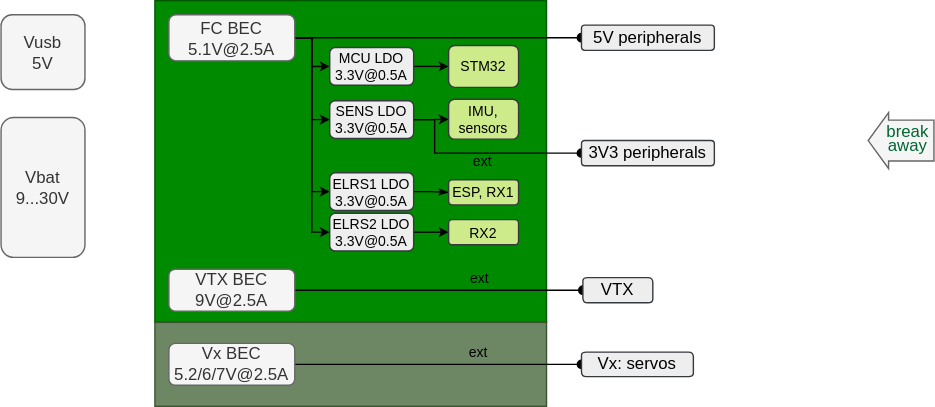
This is documentation/images/doc_MoGliFC_power_concept.svg from MomoRC-tech/MoGliFC-Flight-Controller, a draw.io export, as it was before one commit. Source tidied: cells renumbered, new cells last; positions are measured from the earlier drawing's top-left corner, leaving out a move shared by most shapes. Its diagram source:
```xml
<mxGraphModel>
  <root>
    <mxCell id="0" />
    <mxCell id="1" parent="0" />
    <mxCell id="2" style="whiteSpace=wrap;html=1;fillColor=#008a00;fontColor=#ffffff;strokeColor=#005700;imageAspect=1;" parent="1" vertex="1">
      <mxGeometry x="110" width="280" height="230" as="geometry" />
    </mxCell>
    <mxCell id="3" style="rounded=0;whiteSpace=wrap;html=1;fillColor=#6d8764;fontColor=#ffffff;strokeColor=#3A5431;" parent="1" vertex="1">
      <mxGeometry x="110" y="230" width="280" height="60" as="geometry" />
    </mxCell>
    <mxCell id="4" style="html=1;shadow=0;dashed=0;align=center;verticalAlign=middle;shape=mxgraph.arrows2.arrow;dy=0.27;dx=14.57;flipH=1;notch=0;fillColor=#f5f5f5;fontColor=#333333;strokeColor=#666666;" parent="1" vertex="1">
      <mxGeometry x="620" y="80" width="47" height="40" as="geometry" />
    </mxCell>
    <mxCell id="5" value="&lt;p style=&quot;line-height: 80%;&quot;&gt;&lt;font color=&quot;#006633&quot;&gt;break&lt;br&gt;away&lt;/font&gt;&lt;/p&gt;" style="text;html=1;align=center;verticalAlign=middle;whiteSpace=wrap;rounded=0;" parent="1" vertex="1">
      <mxGeometry x="630.5" y="83.5" width="34.5" height="30" as="geometry" />
    </mxCell>
    <mxCell id="6" value="Vbat&lt;div&gt;9...30V&lt;/div&gt;" style="whiteSpace=wrap;html=1;rounded=1;fillColor=#f5f5f5;fontColor=#333333;strokeColor=#666666;" parent="1" vertex="1">
      <mxGeometry y="83.5" width="60" height="100" as="geometry" />
    </mxCell>
    <mxCell id="7" style="edgeStyle=orthogonalEdgeStyle;rounded=0;jettySize=auto;html=1;entryX=0;entryY=0.5;entryDx=0;entryDy=0;endArrow=oval;endFill=1;" parent="1" edge="1" source="9" target="19">
      <mxGeometry relative="1" as="geometry" />
    </mxCell>
    <mxCell id="8" value="ext" style="edgeLabel;html=1;align=center;verticalAlign=middle;labelBackgroundColor=none;fontSize=10;" parent="7" vertex="1">
      <mxGeometry x="0.18" y="-4" relative="1" as="geometry">
        <mxPoint x="10" y="-13" as="offset" />
      </mxGeometry>
    </mxCell>
    <mxCell id="9" value="VTX BEC 9V@2.5A" style="whiteSpace=wrap;html=1;rounded=1;fillColor=#f5f5f5;fontColor=#333333;strokeColor=#666666;" parent="1" vertex="1">
      <mxGeometry x="120" y="192" width="90" height="30" as="geometry" />
    </mxCell>
    <mxCell id="10" style="edgeStyle=elbowEdgeStyle;rounded=0;jettySize=auto;html=1;exitX=1;exitY=0.5;exitDx=0;exitDy=0;entryX=0;entryY=0.5;entryDx=0;entryDy=0;endSize=4;" parent="1" edge="1" source="15" target="22">
      <mxGeometry relative="1" as="geometry" />
    </mxCell>
    <mxCell id="11" style="edgeStyle=elbowEdgeStyle;rounded=0;jettySize=auto;html=1;exitX=1;exitY=0.5;exitDx=0;exitDy=0;entryX=0;entryY=0.5;entryDx=0;entryDy=0;endSize=4;" parent="1" edge="1" source="15" target="26">
      <mxGeometry relative="1" as="geometry" />
    </mxCell>
    <mxCell id="12" style="edgeStyle=elbowEdgeStyle;rounded=0;jettySize=auto;html=1;endSize=4;" parent="1" edge="1" source="15" target="28">
      <mxGeometry relative="1" as="geometry" />
    </mxCell>
    <mxCell id="13" style="edgeStyle=elbowEdgeStyle;rounded=0;jettySize=auto;html=1;endSize=4;" parent="1" edge="1" source="15" target="30">
      <mxGeometry relative="1" as="geometry" />
    </mxCell>
    <mxCell id="14" style="edgeStyle=elbowEdgeStyle;rounded=0;jettySize=auto;html=1;entryX=0;entryY=0.5;entryDx=0;entryDy=0;endSize=6;endArrow=oval;endFill=1;" parent="1" edge="1" source="15" target="36">
      <mxGeometry relative="1" as="geometry" />
    </mxCell>
    <mxCell id="15" value="FC BEC 5.1V@2.5A" style="whiteSpace=wrap;html=1;rounded=1;fillColor=#f5f5f5;fontColor=#333333;strokeColor=#666666;" parent="1" vertex="1">
      <mxGeometry x="120" y="10" width="90" height="33" as="geometry" />
    </mxCell>
    <mxCell id="16" style="edgeStyle=entityRelationEdgeStyle;rounded=0;jettySize=auto;html=1;entryX=0;entryY=0.5;entryDx=0;entryDy=0;endArrow=oval;endFill=1;" parent="1" edge="1" source="18" target="20">
      <mxGeometry relative="1" as="geometry" />
    </mxCell>
    <mxCell id="17" value="ext" style="edgeLabel;html=1;align=center;verticalAlign=middle;labelBackgroundColor=none;fontSize=10;" parent="16" vertex="1">
      <mxGeometry x="0.27" y="-2" relative="1" as="geometry">
        <mxPoint y="-11" as="offset" />
      </mxGeometry>
    </mxCell>
    <mxCell id="18" value="Vx BEC 5.2/6/7V@2.5A" style="whiteSpace=wrap;html=1;rounded=1;fillColor=#f5f5f5;fontColor=#333333;strokeColor=#666666;" parent="1" vertex="1">
      <mxGeometry x="120" y="245" width="90" height="30" as="geometry" />
    </mxCell>
    <mxCell id="19" value="VTX" style="shape=step;perimeter=stepPerimeter;whiteSpace=wrap;html=1;fixedSize=1;size=-6;fillColor=#eeeeee;strokeColor=#36393d;rounded=1;arcSize=7;" parent="1" vertex="1">
      <mxGeometry x="416" y="198" width="50" height="18" as="geometry" />
    </mxCell>
    <mxCell id="20" value="Vx: servos" style="shape=step;perimeter=stepPerimeter;whiteSpace=wrap;html=1;fixedSize=1;size=0;fillColor=#eeeeee;strokeColor=#36393d;rounded=1;arcSize=7;" parent="1" vertex="1">
      <mxGeometry x="415" y="251.2" width="80" height="17.5" as="geometry" />
    </mxCell>
    <mxCell id="21" style="edgeStyle=elbowEdgeStyle;rounded=0;jettySize=auto;html=1;endSize=4;" parent="1" edge="1" source="22" target="32">
      <mxGeometry relative="1" as="geometry" />
    </mxCell>
    <mxCell id="22" value="MCU LDO 3.3V@0.5A" style="whiteSpace=wrap;html=1;rounded=1;fontSize=10;fillColor=#eeeeee;strokeColor=#36393d;" parent="1" vertex="1">
      <mxGeometry x="235" y="33.5" width="60" height="27" as="geometry" />
    </mxCell>
    <mxCell id="23" style="edgeStyle=elbowEdgeStyle;rounded=0;jettySize=auto;html=1;entryX=0;entryY=0.5;entryDx=0;entryDy=0;endSize=4;" parent="1" edge="1" source="26" target="31">
      <mxGeometry relative="1" as="geometry" />
    </mxCell>
    <mxCell id="24" style="edgeStyle=elbowEdgeStyle;rounded=0;jettySize=auto;html=1;entryX=0;entryY=0.5;entryDx=0;entryDy=0;exitX=1;exitY=0.5;exitDx=0;exitDy=0;endArrow=oval;endFill=1;" parent="1" edge="1" source="26" target="33">
      <mxGeometry relative="1" as="geometry">
        <Array as="points">
          <mxPoint x="310" y="100" />
        </Array>
      </mxGeometry>
    </mxCell>
    <mxCell id="25" value="ext" style="edgeLabel;html=1;align=center;verticalAlign=middle;fontSize=10;labelBackgroundColor=none;" parent="24" vertex="1">
      <mxGeometry x="0.26" y="2" relative="1" as="geometry">
        <mxPoint x="-18" y="8" as="offset" />
      </mxGeometry>
    </mxCell>
    <mxCell id="26" value="SENS LDO 3.3V@0.5A" style="whiteSpace=wrap;html=1;rounded=1;fontSize=10;fillColor=#eeeeee;strokeColor=#36393d;" parent="1" vertex="1">
      <mxGeometry x="235" y="71.5" width="60" height="27" as="geometry" />
    </mxCell>
    <mxCell id="27" style="edgeStyle=elbowEdgeStyle;rounded=0;jettySize=auto;html=1;entryX=0;entryY=0.5;entryDx=0;entryDy=0;strokeWidth=1;endArrow=classicThin;endFill=1;endSize=4;" parent="1" edge="1" source="28" target="34">
      <mxGeometry relative="1" as="geometry" />
    </mxCell>
    <mxCell id="28" value="ELRS1 LDO 3.3V@0.5A" style="whiteSpace=wrap;html=1;rounded=1;fontSize=10;fillColor=#eeeeee;strokeColor=#36393d;" parent="1" vertex="1">
      <mxGeometry x="235" y="123" width="60" height="27" as="geometry" />
    </mxCell>
    <mxCell id="29" style="edgeStyle=elbowEdgeStyle;rounded=0;jettySize=auto;html=1;exitX=1;exitY=0.5;exitDx=0;exitDy=0;endSize=4;" parent="1" edge="1" source="30" target="35">
      <mxGeometry relative="1" as="geometry" />
    </mxCell>
    <mxCell id="30" value="ELRS2 LDO 3.3V@0.5A" style="whiteSpace=wrap;html=1;rounded=1;fontSize=10;fillColor=#eeeeee;strokeColor=#36393d;" parent="1" vertex="1">
      <mxGeometry x="235" y="152" width="60" height="27" as="geometry" />
    </mxCell>
    <mxCell id="31" value="IMU, sensors" style="whiteSpace=wrap;html=1;rounded=1;fillColor=#cdeb8b;strokeColor=#36393d;fontSize=10;" parent="1" vertex="1">
      <mxGeometry x="320" y="70.5" width="50" height="28.5" as="geometry" />
    </mxCell>
    <mxCell id="32" value="STM32" style="whiteSpace=wrap;html=1;rounded=1;fillColor=#cdeb8b;strokeColor=#36393d;fontSize=10;" parent="1" vertex="1">
      <mxGeometry x="320" y="32" width="50" height="30" as="geometry" />
    </mxCell>
    <mxCell id="33" value="3V3 peripherals" style="shape=step;perimeter=stepPerimeter;whiteSpace=wrap;html=1;fixedSize=1;size=-5;fillColor=#eeeeee;strokeColor=#36393d;rounded=1;arcSize=5;" parent="1" vertex="1">
      <mxGeometry x="415" y="100" width="95" height="18" as="geometry" />
    </mxCell>
    <mxCell id="34" value="ESP, RX1" style="whiteSpace=wrap;html=1;rounded=1;fillColor=#cdeb8b;strokeColor=#36393d;fontSize=10;" parent="1" vertex="1">
      <mxGeometry x="320" y="128" width="50" height="18" as="geometry" />
    </mxCell>
    <mxCell id="35" value="RX2" style="whiteSpace=wrap;html=1;rounded=1;fillColor=#cdeb8b;strokeColor=#36393d;fontSize=10;" parent="1" vertex="1">
      <mxGeometry x="320" y="156.5" width="50" height="18" as="geometry" />
    </mxCell>
    <mxCell id="36" value="5V peripherals" style="shape=step;perimeter=stepPerimeter;whiteSpace=wrap;html=1;fixedSize=1;size=-5;fillColor=#eeeeee;strokeColor=#36393d;rounded=1;arcSize=5;" parent="1" vertex="1">
      <mxGeometry x="415" y="17.5" width="95" height="18" as="geometry" />
    </mxCell>
    <mxCell id="37" value="Vusb&lt;div&gt;5V&lt;/div&gt;" style="whiteSpace=wrap;html=1;rounded=1;fillColor=#f5f5f5;fontColor=#333333;strokeColor=#666666;" parent="1" vertex="1">
      <mxGeometry y="10" width="60" height="53.5" as="geometry" />
    </mxCell>
  </root>
</mxGraphModel>
```
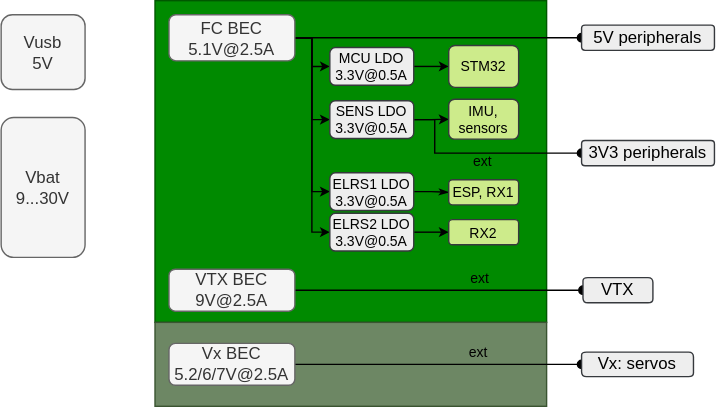
After the commit.

Change to the diagram source:
```diff
@@ -8,12 +8,6 @@
     <mxCell id="3" style="rounded=0;whiteSpace=wrap;html=1;fillColor=#6d8764;fontColor=#ffffff;strokeColor=#3A5431;" parent="1" vertex="1">
       <mxGeometry x="110" y="230" width="280" height="60" as="geometry" />
     </mxCell>
-    <mxCell id="4" style="html=1;shadow=0;dashed=0;align=center;verticalAlign=middle;shape=mxgraph.arrows2.arrow;dy=0.27;dx=14.57;flipH=1;notch=0;fillColor=#f5f5f5;fontColor=#333333;strokeColor=#666666;" parent="1" vertex="1">
-      <mxGeometry x="620" y="80" width="47" height="40" as="geometry" />
-    </mxCell>
-    <mxCell id="5" value="&lt;p style=&quot;line-height: 80%;&quot;&gt;&lt;font color=&quot;#006633&quot;&gt;break&lt;br&gt;away&lt;/font&gt;&lt;/p&gt;" style="text;html=1;align=center;verticalAlign=middle;whiteSpace=wrap;rounded=0;" parent="1" vertex="1">
-      <mxGeometry x="630.5" y="83.5" width="34.5" height="30" as="geometry" />
-    </mxCell>
     <mxCell id="6" value="Vbat&lt;div&gt;9...30V&lt;/div&gt;" style="whiteSpace=wrap;html=1;rounded=1;fillColor=#f5f5f5;fontColor=#333333;strokeColor=#666666;" parent="1" vertex="1">
       <mxGeometry y="83.5" width="60" height="100" as="geometry" />
     </mxCell>
```
